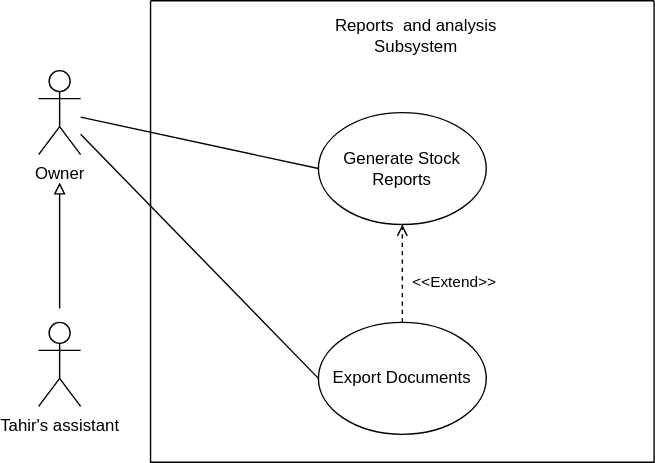
This is Reports_Analysis.svg from Simamkele88/IFM3_GP, a draw.io export, as it was before one commit. Source tidied: cells renumbered, new cells last; positions are measured from the earlier drawing's top-left corner, leaving out a move shared by most shapes.
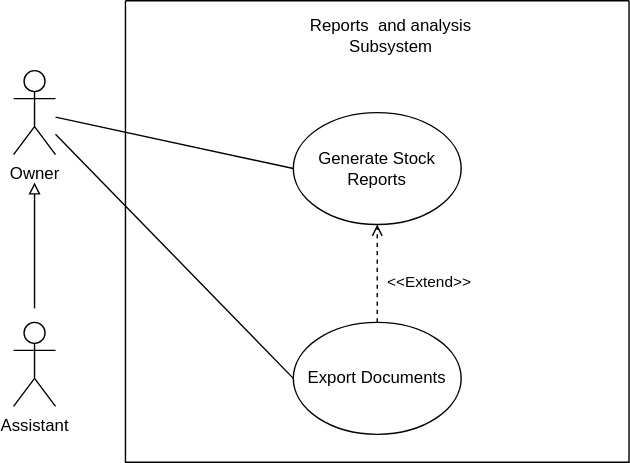
Later version of the same file.

Diff of the diagram source:
```diff
@@ -22,7 +22,7 @@
     <mxCell id="7" value="Export Documents" style="ellipse;whiteSpace=wrap;html=1;" parent="2" vertex="1">
       <mxGeometry x="120" y="230" width="120" height="80" as="geometry" />
     </mxCell>
-    <mxCell id="8" value="Tahir's assistant" style="shape=umlActor;verticalLabelPosition=bottom;verticalAlign=top;html=1;" parent="1" vertex="1">
+    <mxCell id="8" value="Assistant" style="shape=umlActor;verticalLabelPosition=bottom;verticalAlign=top;html=1;" parent="1" vertex="1">
       <mxGeometry y="230" width="30" height="60" as="geometry" />
     </mxCell>
     <mxCell id="9" style="endArrow=none;html=1;rounded=0;entryX=0;entryY=0.5;entryDx=0;entryDy=0;" parent="1" edge="1" source="11" target="6">
```
